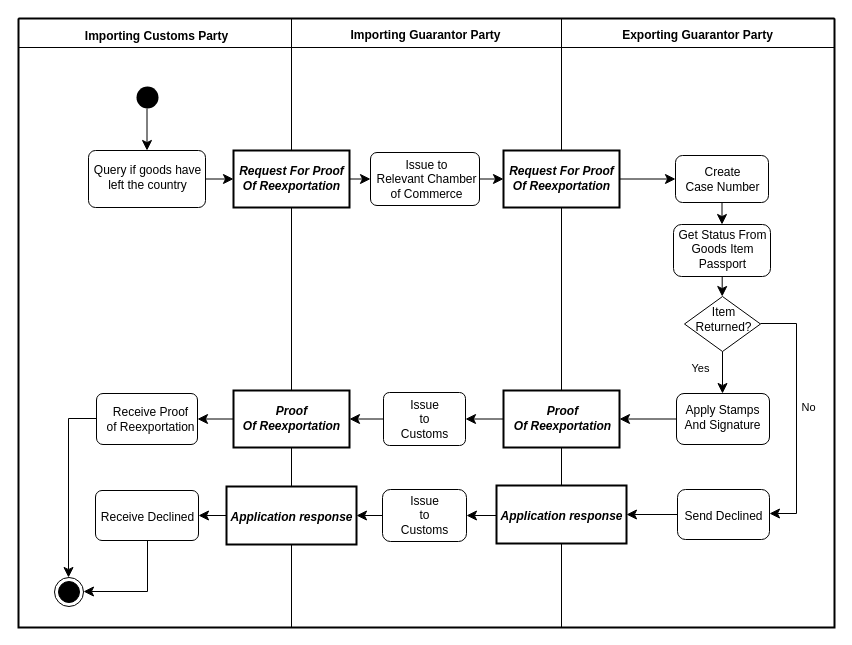
Above: diagrams/UBL-2.3-RequestForProofOfReexportationProcess/UBL-2.3-RequestForProofOfReexportationProcess.drawio in kduvekot/ubl-work-on-svg-images (draw.io), before the change. Source tidied: cells renumbered, new cells numbered last; positions are measured from the earlier drawing's top-left corner, leaving out a move shared by most shapes. Both pictures are drawn from the tidied source at 100%, with x=0, y=0 at pixel (18, 18).
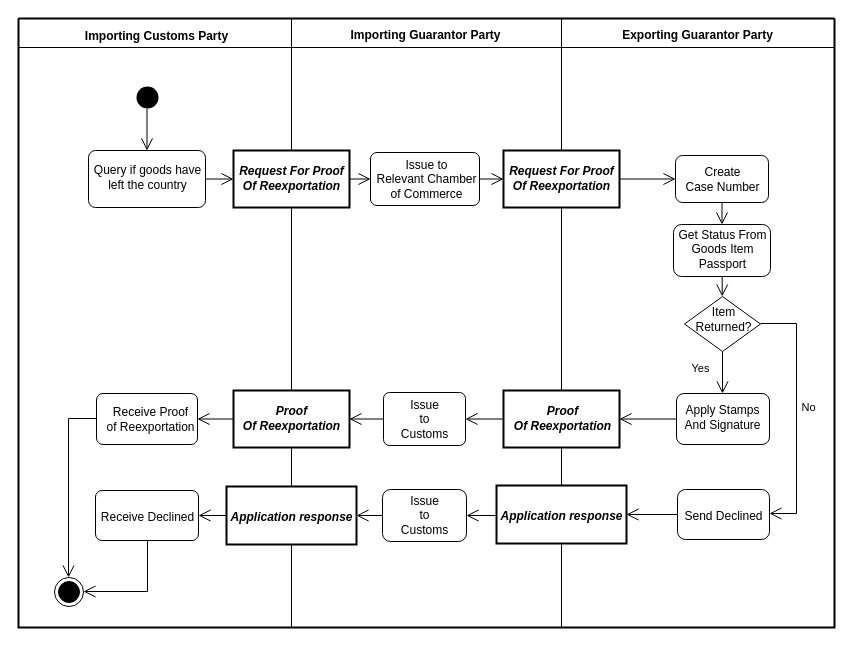
The same diagram, later.

The change refers to these unchanged cells:
```xml
<mxCell id="2" style="swimlane;html=1;startSize=0;whiteSpace=wrap;fillColor=none;strokeWidth=2;" parent="1" vertex="1">
  <mxGeometry width="816" height="609" as="geometry" />
</mxCell>
<mxCell id="3" value="Importing Customs Party" style="swimlane;horizontal=1;startSize=29;swimlaneLine=1;spacingTop=6;html=1;fillColor=none;fontStyle=1;spacing=0;spacingLeft=2;" parent="2" vertex="1">
  <mxGeometry width="273" height="609" as="geometry" />
</mxCell>
<mxCell id="4" value="Importing Guarantor Party" style="swimlane;horizontal=1;startSize=29;swimlaneLine=1;spacingTop=5;html=1;fillColor=none;fontStyle=1;spacing=0;spacingRight=2;" parent="2" vertex="1">
  <mxGeometry x="273" width="270" height="609" as="geometry" />
</mxCell>
<mxCell id="5" value="Exporting Guarantor Party" style="swimlane;horizontal=1;startSize=29;swimlaneLine=1;spacingTop=5;html=1;fillColor=none;fontStyle=1;spacing=0;spacingRight=1;" parent="2" vertex="1">
  <mxGeometry x="543" width="273" height="609" as="geometry" />
</mxCell>
<mxCell id="6" style="ellipse;shape=startState;fillColor=#000000;strokeColor=none;html=1;" parent="3" vertex="1">
  <mxGeometry x="114" y="64" width="30" height="30" as="geometry" />
</mxCell>
<mxCell id="7" value="Query if goods have&lt;br&gt;left the country" style="rounded=1;absoluteArcSize=1;arcSize=14;html=1;whiteSpace=nowrap;fontStyle=0;align=center;verticalAlign=middle;spacing=0;spacingBottom=3;" parent="3" vertex="1">
  <mxGeometry x="70" y="132" width="117" height="57" as="geometry" />
</mxCell>
<mxCell id="8" value="Request For Proof&lt;br&gt;Of Reexportation" style="rounded=0;html=1;whiteSpace=nowrap;fontStyle=3;align=center;verticalAlign=middle;spacing=0;spacingBottom=2;strokeWidth=2;" parent="4" vertex="1">
  <mxGeometry x="-58" y="132" width="116" height="57" as="geometry" />
</mxCell>
<mxCell id="9" value="Request For Proof&lt;br&gt;Of Reexportation" style="rounded=0;html=1;whiteSpace=nowrap;fontStyle=3;align=center;verticalAlign=middle;spacing=0;spacingBottom=2;strokeWidth=2;" parent="5" vertex="1">
  <mxGeometry x="-58" y="132" width="116" height="57" as="geometry" />
</mxCell>
<mxCell id="10" value="Issue to&lt;br&gt;Relevant Chamber&lt;br&gt;of Commerce" style="rounded=1;absoluteArcSize=1;arcSize=13;html=1;whiteSpace=nowrap;fontStyle=0;align=center;verticalAlign=middle;spacing=0;spacingLeft=3;" parent="4" vertex="1">
  <mxGeometry x="79" y="134" width="109" height="53" as="geometry" />
</mxCell>
<mxCell id="11" value="Create&lt;br&gt;Case Number" style="rounded=1;absoluteArcSize=1;arcSize=14;html=1;whiteSpace=nowrap;fontStyle=0;align=center;verticalAlign=middle;spacing=0;spacingLeft=1;" parent="5" vertex="1">
  <mxGeometry x="114" y="137" width="93" height="47" as="geometry" />
</mxCell>
<mxCell id="12" value="Get Status From&lt;br&gt;Goods Item&lt;br&gt;Passport" style="rounded=1;absoluteArcSize=1;arcSize=16;html=1;whiteSpace=nowrap;fontStyle=0;align=center;verticalAlign=middle;spacing=0;spacingLeft=1;spacingBottom=2;" parent="5" vertex="1">
  <mxGeometry x="112" y="206" width="97" height="52" as="geometry" />
</mxCell>
<mxCell id="13" value="Item&lt;br&gt;Returned?" style="rhombus;html=1;whiteSpace=nowrap;fontStyle=0;align=center;verticalAlign=middle;spacing=0;spacingLeft=2;spacingBottom=9;" parent="5" vertex="1">
  <mxGeometry x="123" y="278" width="76" height="55" as="geometry" />
</mxCell>
<mxCell id="14" value="Proof&lt;br&gt;Of Reexportation" style="rounded=0;html=1;whiteSpace=nowrap;fontStyle=3;align=center;verticalAlign=middle;spacing=0;spacingBottom=2;strokeWidth=2;" parent="4" vertex="1">
  <mxGeometry x="-58" y="372" width="116" height="57" as="geometry" />
</mxCell>
<mxCell id="15" value="Proof&lt;br&gt;Of Reexportation" style="rounded=0;html=1;whiteSpace=nowrap;fontStyle=3;align=center;verticalAlign=middle;spacing=0;spacingLeft=1;spacingBottom=2;strokeWidth=2;" parent="5" vertex="1">
  <mxGeometry x="-58" y="372" width="116" height="57" as="geometry" />
</mxCell>
<mxCell id="16" value="Receive Proof&lt;br&gt;of Reexportation" style="rounded=1;absoluteArcSize=1;arcSize=13;html=1;whiteSpace=nowrap;fontStyle=0;align=center;verticalAlign=middle;spacing=0;spacingLeft=6;" parent="3" vertex="1">
  <mxGeometry x="78" y="375" width="101" height="51" as="geometry" />
</mxCell>
<mxCell id="17" value="Apply Stamps&lt;br&gt;And Signature" style="rounded=1;absoluteArcSize=1;arcSize=15;html=1;whiteSpace=nowrap;fontStyle=0;align=center;verticalAlign=middle;spacing=0;spacingRight=2;spacingBottom=3;" parent="5" vertex="1">
  <mxGeometry x="115" y="375" width="93" height="51" as="geometry" />
</mxCell>
<mxCell id="18" value="Issue&lt;br&gt;to&lt;br&gt;Customs" style="rounded=1;absoluteArcSize=1;arcSize=12;html=1;whiteSpace=nowrap;fontStyle=0;align=center;verticalAlign=middle;spacing=0;" parent="4" vertex="1">
  <mxGeometry x="92" y="374" width="82" height="53" as="geometry" />
</mxCell>
<mxCell id="19" value="Application response" style="rounded=0;html=1;whiteSpace=nowrap;fontStyle=3;align=center;verticalAlign=middle;spacing=0;spacingTop=4;strokeWidth=2;" parent="4" vertex="1">
  <mxGeometry x="-65" y="468" width="130" height="58" as="geometry" />
</mxCell>
<mxCell id="20" value="Application response" style="rounded=0;html=1;whiteSpace=nowrap;fontStyle=3;align=center;verticalAlign=middle;spacing=0;spacingTop=4;strokeWidth=2;" parent="5" vertex="1">
  <mxGeometry x="-65" y="467" width="130" height="58" as="geometry" />
</mxCell>
<mxCell id="21" value="Receive Declined" style="rounded=1;absoluteArcSize=1;arcSize=13;html=1;whiteSpace=nowrap;fontStyle=0;align=center;verticalAlign=middle;spacing=0;spacingTop=3;" parent="3" vertex="1">
  <mxGeometry x="77" y="472" width="103" height="50" as="geometry" />
</mxCell>
<mxCell id="22" value="Issue&lt;br&gt;to&lt;br&gt;Customs" style="rounded=1;absoluteArcSize=1;arcSize=16;html=1;whiteSpace=nowrap;fontStyle=0;align=center;verticalAlign=middle;spacing=0;" parent="4" vertex="1">
  <mxGeometry x="91" y="471" width="84" height="52" as="geometry" />
</mxCell>
<mxCell id="23" value="Send Declined" style="rounded=1;absoluteArcSize=1;arcSize=16;html=1;whiteSpace=nowrap;fontStyle=0;align=center;verticalAlign=middle;spacing=0;spacingTop=3;" parent="5" vertex="1">
  <mxGeometry x="116" y="471" width="92" height="50" as="geometry" />
</mxCell>
<mxCell id="24" style="ellipse;shape=endState;fillColor=#000000;html=1;" parent="3" vertex="1">
  <mxGeometry x="36" y="559" width="29" height="29" as="geometry" />
</mxCell>
```

What changed in the source:
```diff
@@
-    <mxCell id="25" style="edgeStyle=none;rounded=0;html=1;endArrow=classic;endFill=1;endSize=8;exitPerimeter=0;entryX=0.5;entryY=0;entryPerimeter=0;exitX=0.483333;exitY=0.8667;" parent="3" edge="1" source="6" target="7">
+    <mxCell id="25" style="edgeStyle=none;rounded=0;html=1;endArrow=open;endFill=0;endSize=10;exitPerimeter=0;entryX=0.5;entryY=0;entryPerimeter=0;exitX=0.483333;exitY=0.8667;" parent="3" edge="1" source="6" target="7">
       <mxGeometry relative="1" as="geometry" />
     </mxCell>
-    <mxCell id="26" style="edgeStyle=none;rounded=0;html=1;endArrow=classic;endFill=1;endSize=8;exitX=1;exitY=0.5;exitPerimeter=0;entryX=0;entryY=0.5;entryPerimeter=0;" parent="2" edge="1" source="7" target="8">
+    <mxCell id="26" style="edgeStyle=none;rounded=0;html=1;endArrow=open;endFill=0;endSize=10;exitX=1;exitY=0.5;exitPerimeter=0;entryX=0;entryY=0.5;entryPerimeter=0;" parent="2" edge="1" source="7" target="8">
       <mxGeometry relative="1" as="geometry" />
     </mxCell>
-    <mxCell id="27" style="edgeStyle=none;rounded=0;html=1;endArrow=classic;endFill=1;endSize=8;exitX=1;exitY=0.5;exitPerimeter=0;entryX=0;entryY=0.5;entryPerimeter=0;" parent="4" edge="1" source="8" target="10">
+    <mxCell id="27" style="edgeStyle=none;rounded=0;html=1;endArrow=open;endFill=0;endSize=10;exitX=1;exitY=0.5;exitPerimeter=0;entryX=0;entryY=0.5;entryPerimeter=0;" parent="4" edge="1" source="8" target="10">
       <mxGeometry relative="1" as="geometry" />
     </mxCell>
-    <mxCell id="28" style="edgeStyle=none;rounded=0;html=1;endArrow=classic;endFill=1;endSize=8;exitX=1;exitY=0.5;exitPerimeter=0;entryX=0;entryY=0.5;entryPerimeter=0;" parent="2" edge="1" source="10" target="9">
+    <mxCell id="28" style="edgeStyle=none;rounded=0;html=1;endArrow=open;endFill=0;endSize=10;exitX=1;exitY=0.5;exitPerimeter=0;entryX=0;entryY=0.5;entryPerimeter=0;" parent="2" edge="1" source="10" target="9">
       <mxGeometry relative="1" as="geometry" />
     </mxCell>
-    <mxCell id="29" style="edgeStyle=none;rounded=0;html=1;endArrow=classic;endFill=1;endSize=8;exitX=1;exitY=0.5;exitPerimeter=0;entryX=0;entryY=0.5;entryPerimeter=0;" parent="5" edge="1" source="9" target="11">
+    <mxCell id="29" style="edgeStyle=none;rounded=0;html=1;endArrow=open;endFill=0;endSize=10;exitX=1;exitY=0.5;exitPerimeter=0;entryX=0;entryY=0.5;entryPerimeter=0;" parent="5" edge="1" source="9" target="11">
       <mxGeometry relative="1" as="geometry" />
     </mxCell>
-    <mxCell id="30" style="edgeStyle=none;rounded=0;html=1;endArrow=classic;endFill=1;endSize=8;exitX=0.5;exitY=1;exitPerimeter=0;entryX=0.5;entryY=0;entryPerimeter=0;" parent="5" edge="1" source="11" target="12">
+    <mxCell id="30" style="edgeStyle=none;rounded=0;html=1;endArrow=open;endFill=0;endSize=10;exitX=0.5;exitY=1;exitPerimeter=0;entryX=0.5;entryY=0;entryPerimeter=0;" parent="5" edge="1" source="11" target="12">
       <mxGeometry relative="1" as="geometry" />
     </mxCell>
-    <mxCell id="31" style="edgeStyle=none;rounded=0;html=1;endArrow=classic;endFill=1;endSize=8;exitPerimeter=0;entryX=0.4961;entryY=0;entryPerimeter=0;exitX=0.502099;exitY=1;" parent="5" edge="1" source="12" target="13">
+    <mxCell id="31" style="edgeStyle=none;rounded=0;html=1;endArrow=open;endFill=0;endSize=10;exitPerimeter=0;entryX=0.4961;entryY=0;entryPerimeter=0;exitX=0.502099;exitY=1;" parent="5" edge="1" source="12" target="13">
       <mxGeometry relative="1" as="geometry" />
     </mxCell>
-    <mxCell id="32" value="No" style="edgeStyle=orthogonalEdgeStyle;rounded=0;html=1;endArrow=classic;endFill=1;endSize=8;exitPerimeter=0;entryPerimeter=0;fontStyle=0;align=center;verticalAlign=middle;labelBackgroundColor=none;exitX=1;exitY=0.490909;entryX=1;entryY=0.48;" parent="5" edge="1" source="13" target="23">
+    <mxCell id="32" value="No" style="edgeStyle=orthogonalEdgeStyle;rounded=0;html=1;endArrow=open;endFill=0;endSize=10;exitPerimeter=0;entryPerimeter=0;fontStyle=0;align=center;verticalAlign=middle;labelBackgroundColor=none;exitX=1;exitY=0.490909;entryX=1;entryY=0.48;" parent="5" edge="1" source="13" target="23">
       <mxGeometry x="-0.05" relative="1" as="geometry">
         <Array as="points">
           <mxPoint x="235" y="305" />
           <mxPoint x="235" y="495" />
         </Array>
         <mxPoint x="12" as="offset" />
       </mxGeometry>
     </mxCell>
-    <mxCell id="33" value="Yes" style="edgeStyle=none;rounded=0;html=1;endArrow=classic;endFill=1;endSize=8;exitX=0.5;exitY=1;exitPerimeter=0;entryPerimeter=0;fontStyle=0;align=center;verticalAlign=middle;labelBackgroundColor=none;entryX=0.494624;entryY=0;" parent="5" edge="1" source="13" target="17">
+    <mxCell id="33" value="Yes" style="edgeStyle=none;rounded=0;html=1;endArrow=open;endFill=0;endSize=10;exitX=0.5;exitY=1;exitPerimeter=0;entryPerimeter=0;fontStyle=0;align=center;verticalAlign=middle;labelBackgroundColor=none;entryX=0.494624;entryY=0;" parent="5" edge="1" source="13" target="17">
       <mxGeometry x="-0.2" relative="1" as="geometry">
         <mxPoint x="-22" as="offset" />
       </mxGeometry>
     </mxCell>
-    <mxCell id="34" style="edgeStyle=none;rounded=0;html=1;endArrow=classic;endFill=1;endSize=8;exitX=0;exitY=0.5;exitPerimeter=0;entryX=1;entryY=0.5;entryPerimeter=0;" parent="2" edge="1" source="14" target="16">
+    <mxCell id="34" style="edgeStyle=none;rounded=0;html=1;endArrow=open;endFill=0;endSize=10;exitX=0;exitY=0.5;exitPerimeter=0;entryX=1;entryY=0.5;entryPerimeter=0;" parent="2" edge="1" source="14" target="16">
       <mxGeometry relative="1" as="geometry" />
     </mxCell>
-    <mxCell id="35" style="edgeStyle=none;rounded=0;html=1;endArrow=classic;endFill=1;endSize=8;exitX=0;exitY=0.5;exitPerimeter=0;entryX=1;entryY=0.5;entryPerimeter=0;" parent="4" edge="1" source="18" target="14">
+    <mxCell id="35" style="edgeStyle=none;rounded=0;html=1;endArrow=open;endFill=0;endSize=10;exitX=0;exitY=0.5;exitPerimeter=0;entryX=1;entryY=0.5;entryPerimeter=0;" parent="4" edge="1" source="18" target="14">
       <mxGeometry relative="1" as="geometry" />
     </mxCell>
-    <mxCell id="36" style="edgeStyle=none;rounded=0;html=1;endArrow=classic;endFill=1;endSize=8;exitX=0;exitY=0.5;exitPerimeter=0;entryX=1;entryY=0.5;entryPerimeter=0;" parent="2" edge="1" source="15" target="18">
+    <mxCell id="36" style="edgeStyle=none;rounded=0;html=1;endArrow=open;endFill=0;endSize=10;exitX=0;exitY=0.5;exitPerimeter=0;entryX=1;entryY=0.5;entryPerimeter=0;" parent="2" edge="1" source="15" target="18">
       <mxGeometry relative="1" as="geometry" />
     </mxCell>
-    <mxCell id="37" style="edgeStyle=none;rounded=0;html=1;endArrow=classic;endFill=1;endSize=8;exitX=0;exitY=0.5;exitPerimeter=0;entryX=1;entryY=0.5;entryPerimeter=0;" parent="5" edge="1" source="17" target="15">
+    <mxCell id="37" style="edgeStyle=none;rounded=0;html=1;endArrow=open;endFill=0;endSize=10;exitX=0;exitY=0.5;exitPerimeter=0;entryX=1;entryY=0.5;entryPerimeter=0;" parent="5" edge="1" source="17" target="15">
       <mxGeometry relative="1" as="geometry" />
     </mxCell>
-    <mxCell id="38" style="edgeStyle=orthogonalEdgeStyle;rounded=0;html=1;endArrow=classic;endFill=1;endSize=8;exitPerimeter=0;entryPerimeter=0;exitX=0;exitY=0.490196;entryX=0.482759;entryY=0;" parent="3" edge="1" source="16" target="24">
+    <mxCell id="38" style="edgeStyle=orthogonalEdgeStyle;rounded=0;html=1;endArrow=open;endFill=0;endSize=10;exitPerimeter=0;entryPerimeter=0;exitX=0;exitY=0.490196;entryX=0.482759;entryY=0;" parent="3" edge="1" source="16" target="24">
       <mxGeometry relative="1" as="geometry">
         <Array as="points">
           <mxPoint x="50" y="400" />
         </Array>
       </mxGeometry>
     </mxCell>
-    <mxCell id="39" style="edgeStyle=none;rounded=0;html=1;endArrow=classic;endFill=1;endSize=8;exitX=0;exitY=0.5;exitPerimeter=0;entryX=1;entryY=0.5;entryPerimeter=0;" parent="2" edge="1" source="19" target="21">
+    <mxCell id="39" style="edgeStyle=none;rounded=0;html=1;endArrow=open;endFill=0;endSize=10;exitX=0;exitY=0.5;exitPerimeter=0;entryX=1;entryY=0.5;entryPerimeter=0;" parent="2" edge="1" source="19" target="21">
       <mxGeometry relative="1" as="geometry" />
     </mxCell>
-    <mxCell id="40" style="edgeStyle=none;rounded=0;html=1;endArrow=classic;endFill=1;endSize=8;exitX=0;exitY=0.5;exitPerimeter=0;entryX=1;entryY=0.5;entryPerimeter=0;" parent="4" edge="1" source="22" target="19">
+    <mxCell id="40" style="edgeStyle=none;rounded=0;html=1;endArrow=open;endFill=0;endSize=10;exitX=0;exitY=0.5;exitPerimeter=0;entryX=1;entryY=0.5;entryPerimeter=0;" parent="4" edge="1" source="22" target="19">
       <mxGeometry relative="1" as="geometry" />
     </mxCell>
-    <mxCell id="41" style="edgeStyle=none;rounded=0;html=1;endArrow=classic;endFill=1;endSize=8;exitX=0;exitY=0.5;exitPerimeter=0;entryX=1;entryY=0.5;entryPerimeter=0;" parent="5" edge="1" source="23" target="20">
+    <mxCell id="41" style="edgeStyle=none;rounded=0;html=1;endArrow=open;endFill=0;endSize=10;exitX=0;exitY=0.5;exitPerimeter=0;entryX=1;entryY=0.5;entryPerimeter=0;" parent="5" edge="1" source="23" target="20">
       <mxGeometry relative="1" as="geometry" />
     </mxCell>
-    <mxCell id="42" style="edgeStyle=none;rounded=0;html=1;endArrow=classic;endFill=1;endSize=8;exitPerimeter=0;entryX=1;entryY=0.5;entryPerimeter=0;exitX=0;exitY=0.517241;" parent="2" edge="1" source="20" target="22">
+    <mxCell id="42" style="edgeStyle=none;rounded=0;html=1;endArrow=open;endFill=0;endSize=10;exitPerimeter=0;entryX=1;entryY=0.5;entryPerimeter=0;exitX=0;exitY=0.517241;" parent="2" edge="1" source="20" target="22">
       <mxGeometry relative="1" as="geometry" />
     </mxCell>
-    <mxCell id="43" style="edgeStyle=orthogonalEdgeStyle;rounded=0;html=1;endArrow=classic;endFill=1;endSize=8;exitPerimeter=0;entryPerimeter=0;exitX=0.504854;exitY=1;entryX=1;entryY=0.482759;" parent="3" edge="1" source="21" target="24">
+    <mxCell id="43" style="edgeStyle=orthogonalEdgeStyle;rounded=0;html=1;endArrow=open;endFill=0;endSize=10;exitPerimeter=0;entryPerimeter=0;exitX=0.504854;exitY=1;entryX=1;entryY=0.482759;" parent="3" edge="1" source="21" target="24">
       <mxGeometry relative="1" as="geometry">
         <Array as="points">
           <mxPoint x="129" y="573" />
         </Array>
       </mxGeometry>
     </mxCell>
```
